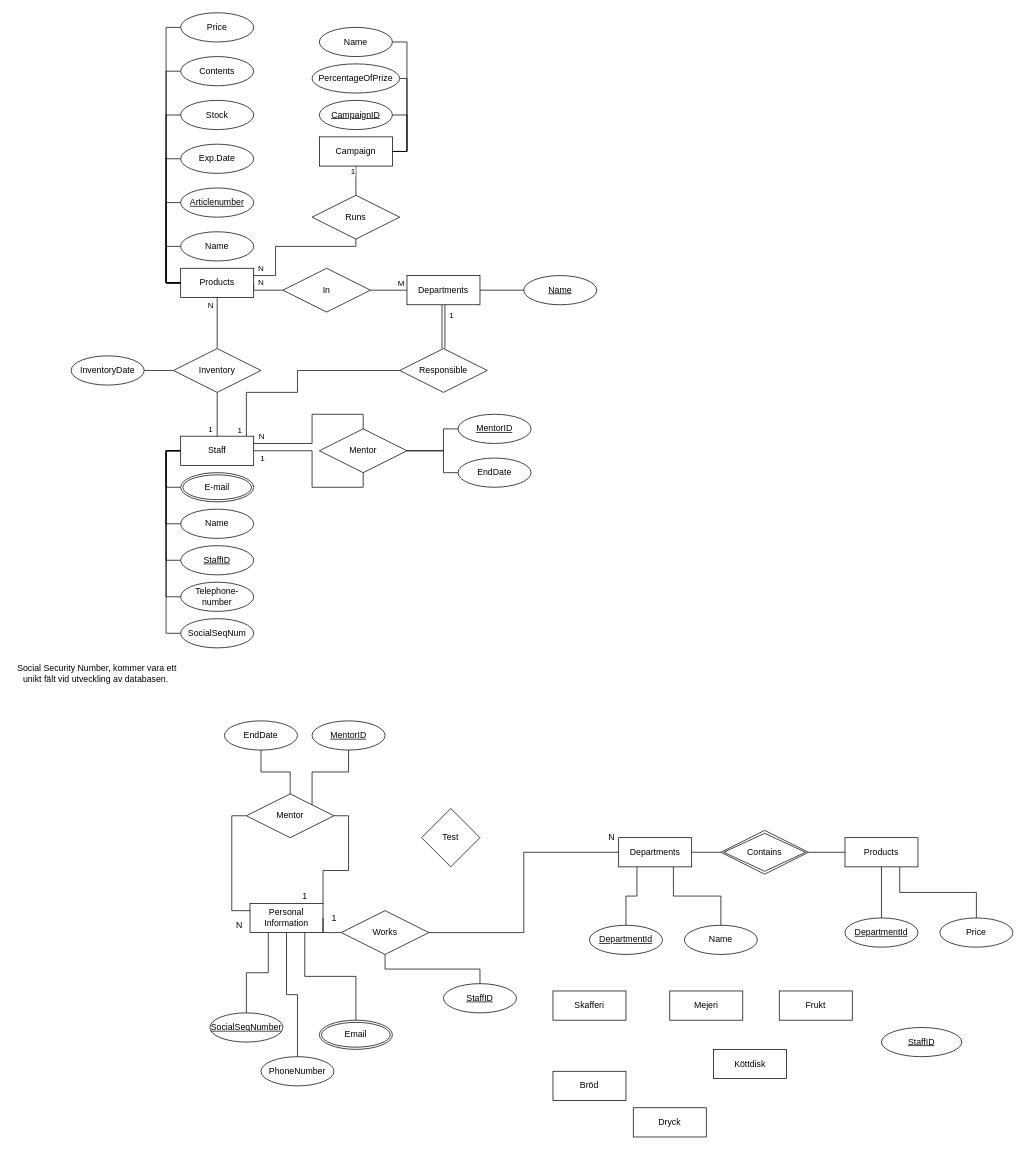
A-Lord/G5ERDIAG keeps this draw.io diagram as sojas.drawio. Above is the earlier version. Source tidied: cells renumbered, new cells numbered last; positions are measured from the earlier drawing's top-left corner, leaving out a move shared by most shapes. Both pictures are drawn from the tidied source at 73%, with x=0, y=0 at pixel (12, 12).
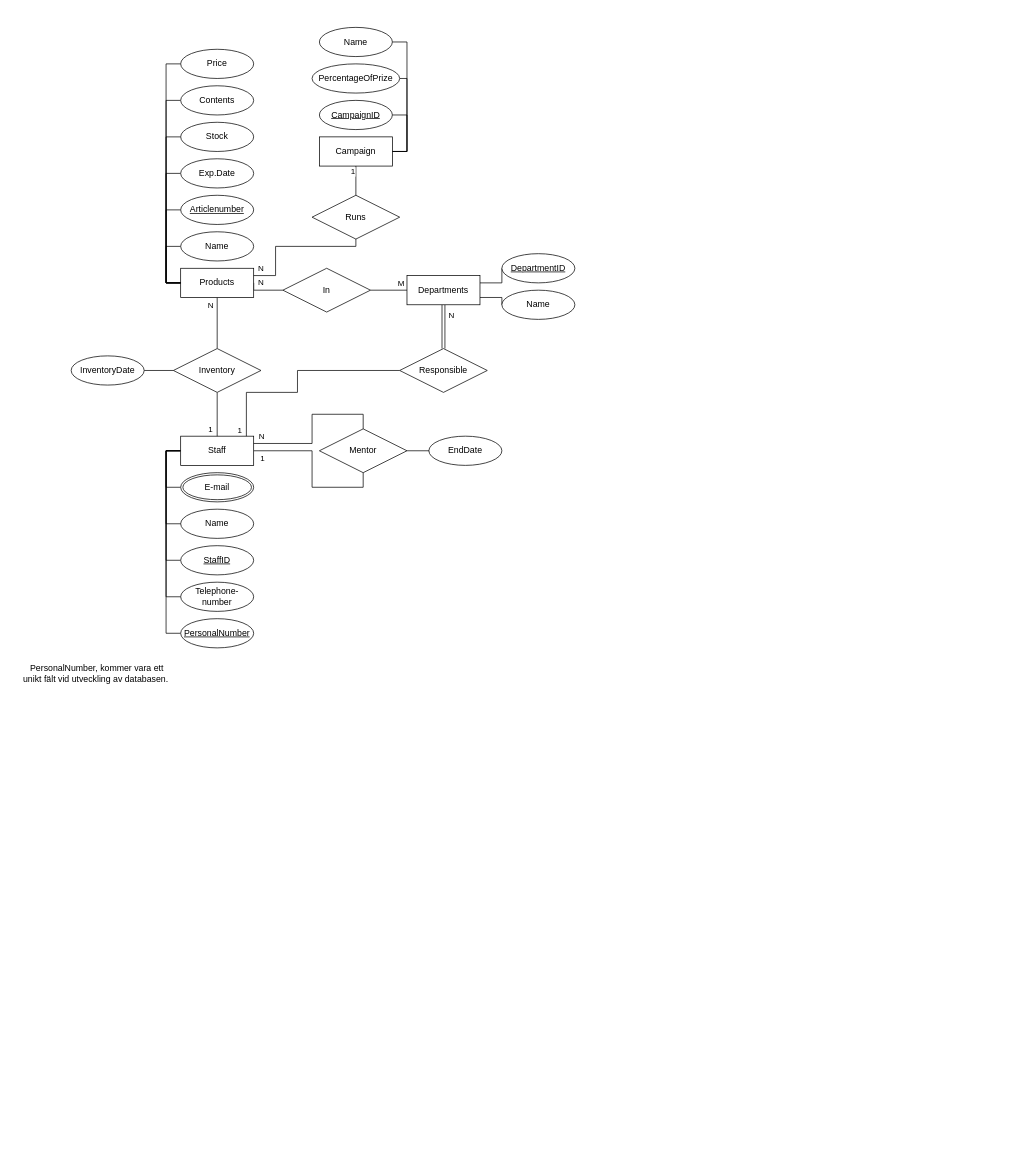
The same diagram, later.

Unchanged cells that the change refers to:
```xml
<mxCell id="60" value="Mentor" style="shape=rhombus;perimeter=rhombusPerimeter;whiteSpace=wrap;html=1;align=center;" parent="1" vertex="1">
  <mxGeometry x="420" y="570" width="120" height="60" as="geometry" />
</mxCell>
<mxCell id="65" style="edgeStyle=orthogonalEdgeStyle;rounded=0;jettySize=auto;html=1;exitX=0.5;exitY=1;exitDx=0;exitDy=0;entryX=0.5;entryY=0;entryDx=0;entryDy=0;endArrow=none;endFill=0;sourcePerimeterSpacing=8;targetPerimeterSpacing=8;shape=link;" parent="1" edge="1" source="69" target="84">
  <mxGeometry relative="1" as="geometry" />
</mxCell>
<mxCell id="69" value="Departments" style="whiteSpace=wrap;html=1;align=center;hachureGap=4;" parent="1" vertex="1">
  <mxGeometry x="540" y="360" width="100" height="40" as="geometry" />
</mxCell>
```

Diff of the diagram source:
```diff
@@
-    <mxCell id="2" value="Mejeri" style="whiteSpace=wrap;html=1;align=center;" parent="1" vertex="1">
-      <mxGeometry x="900" y="1340" width="100" height="40" as="geometry" />
-    </mxCell>
-    <mxCell id="3" value="Frukt" style="whiteSpace=wrap;html=1;align=center;" parent="1" vertex="1">
-      <mxGeometry x="1050" y="1340" width="100" height="40" as="geometry" />
-    </mxCell>
-    <mxCell id="4" value="Skafferi" style="whiteSpace=wrap;html=1;align=center;" parent="1" vertex="1">
-      <mxGeometry x="740" y="1340" width="100" height="40" as="geometry" />
-    </mxCell>
-    <mxCell id="5" value="Dryck" style="whiteSpace=wrap;html=1;align=center;" parent="1" vertex="1">
-      <mxGeometry x="850" y="1500" width="100" height="40" as="geometry" />
-    </mxCell>
-    <mxCell id="6" value="Köttdisk" style="whiteSpace=wrap;html=1;align=center;" parent="1" vertex="1">
-      <mxGeometry x="960" y="1420" width="100" height="40" as="geometry" />
-    </mxCell>
-    <mxCell id="7" value="Bröd" style="whiteSpace=wrap;html=1;align=center;" parent="1" vertex="1">
-      <mxGeometry x="740" y="1450" width="100" height="40" as="geometry" />
-    </mxCell>
-    <mxCell id="8" value="StaffID" style="ellipse;whiteSpace=wrap;html=1;align=center;fontStyle=4;" parent="1" vertex="1">
-      <mxGeometry x="1190" y="1390" width="110" height="40" as="geometry" />
-    </mxCell>
-    <mxCell id="9" style="edgeStyle=orthogonalEdgeStyle;rounded=0;jettySize=auto;html=1;exitX=0.5;exitY=0;exitDx=0;exitDy=0;entryX=0.5;entryY=1;entryDx=0;entryDy=0;endArrow=none;endFill=0;" parent="1" edge="1" source="10" target="26">
-      <mxGeometry relative="1" as="geometry" />
-    </mxCell>
-    <mxCell id="10" value="PhoneNumber" style="ellipse;whiteSpace=wrap;html=1;align=center;" parent="1" vertex="1">
-      <mxGeometry x="340" y="1430" width="100" height="40" as="geometry" />
-    </mxCell>
-    <mxCell id="11" style="edgeStyle=orthogonalEdgeStyle;rounded=0;jettySize=auto;html=1;exitX=0.5;exitY=0;exitDx=0;exitDy=0;entryX=0.75;entryY=1;entryDx=0;entryDy=0;endArrow=none;endFill=0;" parent="1" edge="1" source="12" target="22">
-      <mxGeometry relative="1" as="geometry" />
-    </mxCell>
-    <mxCell id="12" value="Name" style="ellipse;whiteSpace=wrap;html=1;align=center;" parent="1" vertex="1">
-      <mxGeometry x="920" y="1250" width="100" height="40" as="geometry" />
-    </mxCell>
-    <mxCell id="13" style="edgeStyle=orthogonalEdgeStyle;rounded=0;jettySize=auto;html=1;exitX=1;exitY=0.5;exitDx=0;exitDy=0;entryX=1;entryY=0;entryDx=0;entryDy=0;endArrow=none;endFill=0;" parent="1" edge="1" source="15" target="26">
-      <mxGeometry relative="1" as="geometry">
-        <Array as="points">
-          <mxPoint x="460" y="1100" />
-          <mxPoint x="460" y="1175" />
-          <mxPoint x="425" y="1175" />
-        </Array>
-      </mxGeometry>
-    </mxCell>
-    <mxCell id="14" style="edgeStyle=orthogonalEdgeStyle;rounded=0;jettySize=auto;html=1;exitX=0;exitY=0.5;exitDx=0;exitDy=0;entryX=0;entryY=0.25;entryDx=0;entryDy=0;endArrow=none;endFill=0;" parent="1" edge="1" source="15" target="26">
-      <mxGeometry relative="1" as="geometry" />
-    </mxCell>
-    <mxCell id="15" value="Mentor" style="shape=rhombus;perimeter=rhombusPerimeter;whiteSpace=wrap;html=1;align=center;" parent="1" vertex="1">
-      <mxGeometry x="320" y="1070" width="120" height="60" as="geometry" />
-    </mxCell>
-    <mxCell id="16" style="edgeStyle=orthogonalEdgeStyle;rounded=0;jettySize=auto;html=1;exitX=0.5;exitY=1;exitDx=0;exitDy=0;entryX=0.5;entryY=0;entryDx=0;entryDy=0;endArrow=none;endFill=0;" parent="1" edge="1" source="17" target="15">
-      <mxGeometry relative="1" as="geometry" />
-    </mxCell>
-    <mxCell id="17" value="EndDate" style="ellipse;whiteSpace=wrap;html=1;align=center;" parent="1" vertex="1">
-      <mxGeometry x="290" y="970" width="100" height="40" as="geometry" />
-    </mxCell>
-    <mxCell id="18" style="edgeStyle=orthogonalEdgeStyle;rounded=0;jettySize=auto;html=1;exitX=0.5;exitY=1;exitDx=0;exitDy=0;entryX=1;entryY=0;entryDx=0;entryDy=0;endArrow=none;endFill=0;" parent="1" edge="1" source="19" target="15">
-      <mxGeometry relative="1" as="geometry" />
-    </mxCell>
-    <mxCell id="19" value="MentorID" style="ellipse;whiteSpace=wrap;html=1;align=center;fontStyle=4;" parent="1" vertex="1">
-      <mxGeometry x="410" y="970" width="100" height="40" as="geometry" />
-    </mxCell>
-    <mxCell id="20" style="edgeStyle=orthogonalEdgeStyle;rounded=0;jettySize=auto;html=1;exitX=0.5;exitY=0;exitDx=0;exitDy=0;entryX=0.75;entryY=1;entryDx=0;entryDy=0;endArrow=none;endFill=0;" parent="1" edge="1" source="21" target="26">
-      <mxGeometry relative="1" as="geometry" />
-    </mxCell>
-    <mxCell id="21" value="Email" style="ellipse;shape=doubleEllipse;margin=3;whiteSpace=wrap;html=1;align=center;" parent="1" vertex="1">
-      <mxGeometry x="420" y="1380" width="100" height="40" as="geometry" />
-    </mxCell>
-    <mxCell id="22" value="Departments" style="whiteSpace=wrap;html=1;align=center;" parent="1" vertex="1">
-      <mxGeometry x="830" y="1130" width="100" height="40" as="geometry" />
-    </mxCell>
-    <mxCell id="23" style="edgeStyle=orthogonalEdgeStyle;rounded=0;jettySize=auto;html=1;exitX=0.5;exitY=0;exitDx=0;exitDy=0;entryX=0.25;entryY=1;entryDx=0;entryDy=0;endArrow=none;endFill=0;" parent="1" edge="1" source="24" target="26">
-      <mxGeometry relative="1" as="geometry" />
-    </mxCell>
-    <mxCell id="24" value="SocialSeqNumber" style="ellipse;whiteSpace=wrap;html=1;align=center;fontStyle=4;" parent="1" vertex="1">
-      <mxGeometry x="270" y="1370" width="100" height="40" as="geometry" />
-    </mxCell>
-    <mxCell id="25" value="StaffID" style="ellipse;whiteSpace=wrap;html=1;align=center;fontStyle=4;" parent="1" vertex="1">
-      <mxGeometry x="590" y="1330" width="100" height="40" as="geometry" />
-    </mxCell>
-    <mxCell id="26" value="Personal Information" style="whiteSpace=wrap;html=1;align=center;" parent="1" vertex="1">
-      <mxGeometry x="325" y="1220" width="100" height="40" as="geometry" />
-    </mxCell>
-    <mxCell id="27" style="edgeStyle=orthogonalEdgeStyle;rounded=0;jettySize=auto;html=1;exitX=0;exitY=0.5;exitDx=0;exitDy=0;entryX=1;entryY=0.5;entryDx=0;entryDy=0;endArrow=none;endFill=0;" parent="1" edge="1" source="29" target="31">
-      <mxGeometry relative="1" as="geometry" />
-    </mxCell>
-    <mxCell id="28" style="edgeStyle=orthogonalEdgeStyle;rounded=0;jettySize=auto;html=1;exitX=0.5;exitY=1;exitDx=0;exitDy=0;entryX=0.5;entryY=0;entryDx=0;entryDy=0;endArrow=none;endFill=0;" parent="1" edge="1" source="29" target="41">
-      <mxGeometry relative="1" as="geometry" />
-    </mxCell>
-    <mxCell id="29" value="Products" style="whiteSpace=wrap;html=1;align=center;" parent="1" vertex="1">
-      <mxGeometry x="1140" y="1130" width="100" height="40" as="geometry" />
-    </mxCell>
-    <mxCell id="30" style="edgeStyle=orthogonalEdgeStyle;rounded=0;jettySize=auto;html=1;exitX=0;exitY=0.5;exitDx=0;exitDy=0;entryX=1;entryY=0.5;entryDx=0;entryDy=0;endArrow=none;endFill=0;" parent="1" edge="1" source="31" target="22">
-      <mxGeometry relative="1" as="geometry" />
-    </mxCell>
-    <mxCell id="31" value="Contains" style="shape=rhombus;double=1;perimeter=rhombusPerimeter;whiteSpace=wrap;html=1;align=center;" parent="1" vertex="1">
-      <mxGeometry x="970" y="1120" width="120" height="60" as="geometry" />
-    </mxCell>
-    <mxCell id="32" style="edgeStyle=orthogonalEdgeStyle;rounded=0;orthogonalLoop=1;jettySize=auto;html=1;exitX=0.5;exitY=1;exitDx=0;exitDy=0;" parent="1" edge="1" source="25" target="25">
-      <mxGeometry relative="1" as="geometry" />
-    </mxCell>
-    <mxCell id="33" value="1" style="text;html=1;align=center;verticalAlign=middle;strokeColor=none;fillColor=none;" parent="1" vertex="1">
-      <mxGeometry x="390" y="1200" width="20" height="20" as="geometry" />
-    </mxCell>
-    <mxCell id="34" value="N" style="text;html=1;align=center;verticalAlign=middle;strokeColor=none;fillColor=none;" parent="1" vertex="1">
-      <mxGeometry x="300" y="1240" width="20" height="20" as="geometry" />
-    </mxCell>
-    <mxCell id="35" style="edgeStyle=orthogonalEdgeStyle;rounded=0;jettySize=auto;html=1;exitX=1;exitY=0.5;exitDx=0;exitDy=0;entryX=0;entryY=0.5;entryDx=0;entryDy=0;endArrow=none;endFill=0;" parent="1" edge="1" source="38" target="22">
-      <mxGeometry relative="1" as="geometry" />
-    </mxCell>
-    <mxCell id="36" style="edgeStyle=orthogonalEdgeStyle;rounded=0;jettySize=auto;html=1;exitX=0;exitY=0.5;exitDx=0;exitDy=0;entryX=1;entryY=0.5;entryDx=0;entryDy=0;endArrow=none;endFill=0;" parent="1" edge="1" source="38" target="26">
-      <mxGeometry relative="1" as="geometry" />
-    </mxCell>
-    <mxCell id="37" style="edgeStyle=orthogonalEdgeStyle;rounded=0;jettySize=auto;html=1;exitX=0.5;exitY=1;exitDx=0;exitDy=0;entryX=0.5;entryY=0;entryDx=0;entryDy=0;endArrow=none;endFill=0;" parent="1" edge="1" source="38" target="25">
-      <mxGeometry relative="1" as="geometry" />
-    </mxCell>
-    <mxCell id="38" value="Works" style="shape=rhombus;perimeter=rhombusPerimeter;whiteSpace=wrap;html=1;align=center;" parent="1" vertex="1">
-      <mxGeometry x="450" y="1230" width="120" height="60" as="geometry" />
-    </mxCell>
-    <mxCell id="39" style="edgeStyle=orthogonalEdgeStyle;rounded=0;jettySize=auto;html=1;exitX=0.5;exitY=0;exitDx=0;exitDy=0;entryX=0.25;entryY=1;entryDx=0;entryDy=0;endArrow=none;endFill=0;" parent="1" edge="1" source="40" target="22">
-      <mxGeometry relative="1" as="geometry" />
-    </mxCell>
-    <mxCell id="40" value="DepartmentId" style="ellipse;whiteSpace=wrap;html=1;align=center;fontStyle=4;" parent="1" vertex="1">
-      <mxGeometry x="790" y="1250" width="100" height="40" as="geometry" />
-    </mxCell>
-    <mxCell id="41" value="DepartmentId" style="ellipse;whiteSpace=wrap;html=1;align=center;fontStyle=4;" parent="1" vertex="1">
-      <mxGeometry x="1140" y="1240" width="100" height="40" as="geometry" />
-    </mxCell>
-    <mxCell id="42" style="edgeStyle=orthogonalEdgeStyle;rounded=0;jettySize=auto;html=1;exitX=0.5;exitY=0;exitDx=0;exitDy=0;entryX=0.75;entryY=1;entryDx=0;entryDy=0;endArrow=none;endFill=0;" parent="1" edge="1" source="43" target="29">
-      <mxGeometry relative="1" as="geometry" />
-    </mxCell>
-    <mxCell id="43" value="Price" style="ellipse;whiteSpace=wrap;html=1;align=center;" parent="1" vertex="1">
-      <mxGeometry x="1270" y="1240" width="100" height="40" as="geometry" />
-    </mxCell>
-    <mxCell id="44" value="1" style="text;html=1;align=center;verticalAlign=middle;strokeColor=none;fillColor=none;" parent="1" vertex="1">
-      <mxGeometry x="430" y="1230" width="20" height="20" as="geometry" />
-    </mxCell>
-    <mxCell id="45" value="N" style="text;html=1;align=center;verticalAlign=middle;strokeColor=none;fillColor=none;" parent="1" vertex="1">
-      <mxGeometry x="810" y="1120" width="20" height="20" as="geometry" />
-    </mxCell>
-    <mxCell id="46" value="Test" style="rhombus;whiteSpace=wrap;html=1;" parent="1" vertex="1">
-      <mxGeometry x="560" y="1090" width="80" height="80" as="geometry" />
-    </mxCell>
@@
-    <mxCell id="59" style="edgeStyle=orthogonalEdgeStyle;rounded=0;jettySize=auto;html=1;exitX=1;exitY=0.5;exitDx=0;exitDy=0;entryX=0;entryY=0.5;entryDx=0;entryDy=0;endArrow=none;endFill=0;" parent="1" edge="1" source="60" target="62">
-      <mxGeometry relative="1" as="geometry">
-        <Array as="points">
-          <mxPoint x="590" y="600" />
-          <mxPoint x="590" y="570" />
-        </Array>
-      </mxGeometry>
-    </mxCell>
@@
-    <mxCell id="62" value="MentorID" style="ellipse;whiteSpace=wrap;html=1;align=center;fontStyle=4;hachureGap=4;" parent="1" vertex="1">
-      <mxGeometry x="610" y="550" width="100" height="40" as="geometry" />
-    </mxCell>
     <mxCell id="63" style="edgeStyle=orthogonalEdgeStyle;rounded=0;jettySize=auto;html=1;exitX=0;exitY=0.5;exitDx=0;exitDy=0;entryX=1;entryY=0.5;entryDx=0;entryDy=0;endArrow=none;endFill=0;sourcePerimeterSpacing=8;targetPerimeterSpacing=8;" parent="1" edge="1" source="64" target="60">
       <mxGeometry relative="1" as="geometry">
         <Array as="points">
-          <mxPoint x="590" y="630" />
-          <mxPoint x="590" y="600" />
+          <mxPoint x="600" y="600" />
+          <mxPoint x="600" y="600" />
         </Array>
       </mxGeometry>
     </mxCell>
     <mxCell id="64" value="EndDate" style="ellipse;whiteSpace=wrap;html=1;align=center;hachureGap=4;" parent="1" vertex="1">
-      <mxGeometry x="610" y="610" width="100" height="40" as="geometry" />
+      <mxGeometry x="570" y="580" width="100" height="40" as="geometry" />
     </mxCell>
@@
-    <mxCell id="66" value="1" style="edgeLabel;html=1;align=center;verticalAlign=middle;" parent="65" vertex="1">
+    <mxCell id="66" value="N" style="edgeLabel;html=1;align=center;verticalAlign=middle;" parent="65" vertex="1">
       <mxGeometry x="-0.23" relative="1" as="geometry">
         <mxPoint x="10" y="-9" as="offset" />
       </mxGeometry>
     </mxCell>
@@
+    <mxCell id="111" style="edgeStyle=orthogonalEdgeStyle;rounded=0;jettySize=auto;html=1;exitX=1;exitY=0.75;exitDx=0;exitDy=0;entryX=0;entryY=0.5;entryDx=0;entryDy=0;endArrow=none;endFill=0;" parent="1" edge="1" source="69" target="12">
+      <mxGeometry relative="1" as="geometry" />
+    </mxCell>
+    <mxCell id="112" style="edgeStyle=orthogonalEdgeStyle;rounded=0;jettySize=auto;html=1;exitX=1;exitY=0.25;exitDx=0;exitDy=0;entryX=0;entryY=0.5;entryDx=0;entryDy=0;endArrow=none;endFill=0;" parent="1" edge="1" source="69" target="113">
+      <mxGeometry relative="1" as="geometry" />
+    </mxCell>
@@
-    <mxCell id="71" value="SocialSeqNum" style="ellipse;whiteSpace=wrap;html=1;align=center;" parent="1" vertex="1">
+    <mxCell id="71" value="&lt;u&gt;PersonalNumber&lt;/u&gt;" style="ellipse;whiteSpace=wrap;html=1;align=center;" parent="1" vertex="1">
       <mxGeometry x="230" y="830" width="100" height="40" as="geometry" />
     </mxCell>
@@
-    <mxCell id="88" style="edgeStyle=orthogonalEdgeStyle;rounded=0;jettySize=auto;html=1;exitX=0;exitY=0.5;exitDx=0;exitDy=0;entryX=1;entryY=0.5;entryDx=0;entryDy=0;endArrow=none;endFill=0;" parent="1" edge="1" source="91" target="69">
-      <mxGeometry relative="1" as="geometry" />
-    </mxCell>
     <mxCell id="89" value="Exp.Date" style="ellipse;whiteSpace=wrap;html=1;align=center;" parent="1" vertex="1">
-      <mxGeometry x="230" y="180" width="100" height="40" as="geometry" />
+      <mxGeometry x="230" y="200" width="100" height="40" as="geometry" />
     </mxCell>
@@
-    <mxCell id="91" value="Name" style="ellipse;whiteSpace=wrap;html=1;align=center;fontStyle=4;" parent="1" vertex="1">
-      <mxGeometry x="700" y="360" width="100" height="40" as="geometry" />
-    </mxCell>
     <mxCell id="92" value="Articlenumber" style="ellipse;whiteSpace=wrap;html=1;align=center;fontStyle=4;" parent="1" vertex="1">
-      <mxGeometry x="230" y="240" width="100" height="40" as="geometry" />
+      <mxGeometry x="230" y="250" width="100" height="40" as="geometry" />
     </mxCell>
@@
     <mxCell id="94" value="Stock" style="ellipse;whiteSpace=wrap;html=1;align=center;" parent="1" vertex="1">
-      <mxGeometry x="230" y="120" width="100" height="40" as="geometry" />
+      <mxGeometry x="230" y="150" width="100" height="40" as="geometry" />
     </mxCell>
@@
     <mxCell id="96" value="Price" style="ellipse;whiteSpace=wrap;html=1;align=center;" parent="1" vertex="1">
-      <mxGeometry x="230" width="100" height="40" as="geometry" />
+      <mxGeometry x="230" y="50" width="100" height="40" as="geometry" />
     </mxCell>
@@
     <mxCell id="98" value="Contents" style="ellipse;whiteSpace=wrap;html=1;align=center;" parent="1" vertex="1">
-      <mxGeometry x="230" y="60" width="100" height="40" as="geometry" />
+      <mxGeometry x="230" y="100" width="100" height="40" as="geometry" />
     </mxCell>
@@
-    <mxCell id="110" value="Social Security Number, kommer vara ett&lt;br&gt;unikt fält vid utveckling av databasen.&amp;nbsp;" style="text;html=1;align=center;verticalAlign=middle;strokeColor=none;fillColor=none;hachureGap=4;" parent="1" vertex="1">
-      <mxGeometry y="890" width="230" height="30" as="geometry" />
+    <mxCell id="110" value="PersonalNumber, kommer vara ett&lt;br&gt;unikt fält vid utveckling av databasen.&amp;nbsp;" style="text;html=1;align=center;verticalAlign=middle;strokeColor=none;fillColor=none;hachureGap=4;" parent="1" vertex="1">
+      <mxGeometry x="5" y="890" width="220" height="30" as="geometry" />
     </mxCell>
+    <mxCell id="113" value="DepartmentID" style="ellipse;whiteSpace=wrap;html=1;align=center;fontStyle=4;" parent="1" vertex="1">
+      <mxGeometry x="670" y="330" width="100" height="40" as="geometry" />
+    </mxCell>
+    <mxCell id="12" value="Name" style="ellipse;whiteSpace=wrap;html=1;align=center;" parent="1" vertex="1">
+      <mxGeometry x="670" y="380" width="100" height="40" as="geometry" />
+    </mxCell>
```
